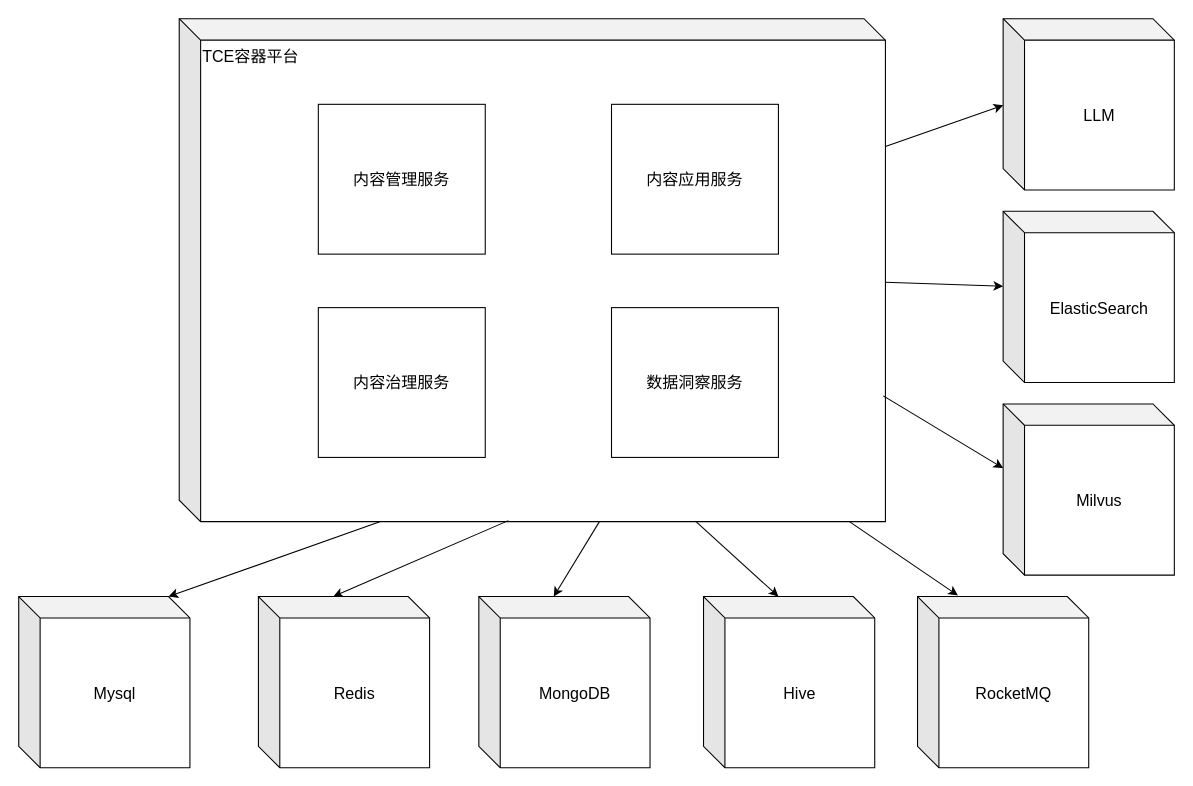
jqq04/nju-thesis-2026 keeps this draw.io diagram as page "物理视图" (11 of 20) of figure/figures.drawio. Above is the earlier version. Source tidied: cells renumbered, new cells numbered last; positions are measured from the earlier drawing's top-left corner, leaving out a move shared by most shapes. Both pictures are drawn from the tidied source at 107%, with x=0, y=0 at pixel (18, 18).
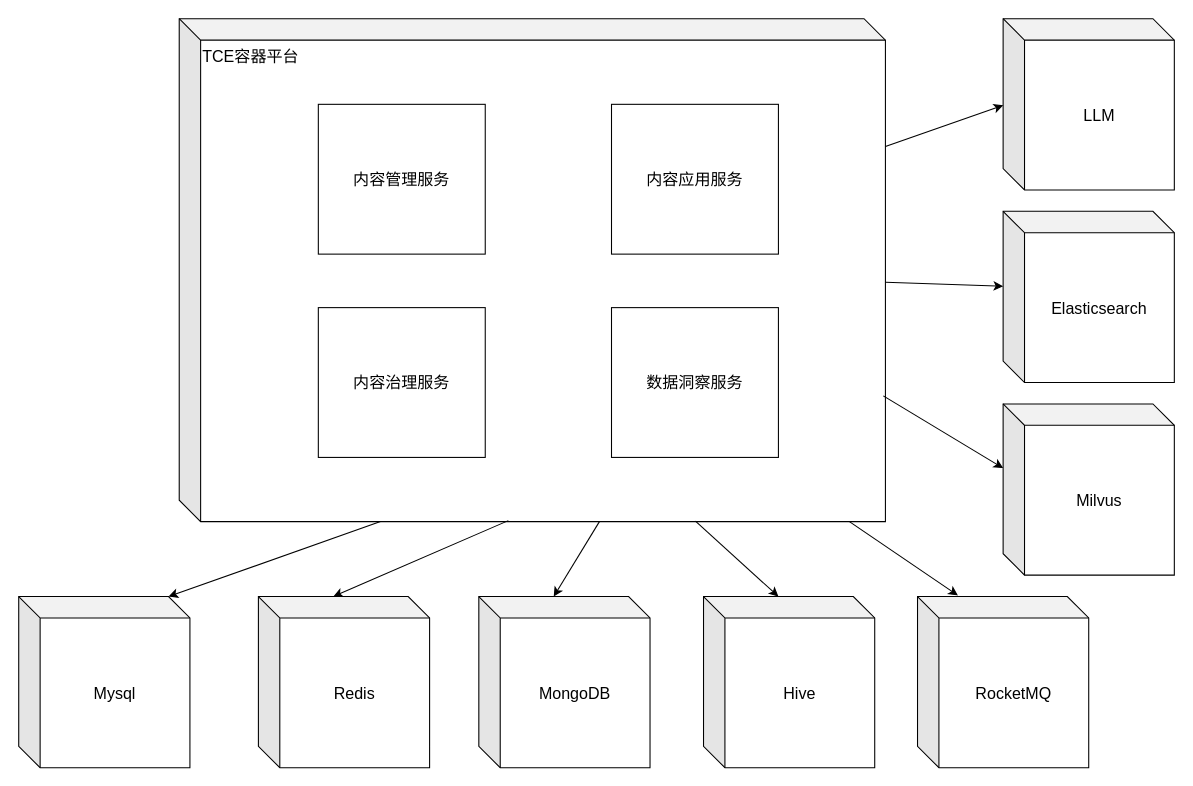
After the change.

Change to the diagram source:
```diff
@@
-    <mxCell id="7" value="&lt;div style=&quot;text-align: center;&quot;&gt;&lt;span style=&quot;text-align: start; background-color: transparent;&quot;&gt;ElasticSearch&lt;/span&gt;&lt;/div&gt;" style="shape=cube;whiteSpace=wrap;html=1;boundedLbl=1;backgroundOutline=1;darkOpacity=0.05;darkOpacity2=0.1;fontSize=15;" parent="1" vertex="1">
+    <mxCell id="7" value="&lt;div style=&quot;text-align: center;&quot;&gt;&lt;span style=&quot;text-align: start; background-color: transparent;&quot;&gt;Elasticsearch&lt;/span&gt;&lt;/div&gt;" style="shape=cube;whiteSpace=wrap;html=1;boundedLbl=1;backgroundOutline=1;darkOpacity=0.05;darkOpacity2=0.1;fontSize=15;" parent="1" vertex="1">
       <mxGeometry x="920" y="180" width="160" height="160" as="geometry" />
     </mxCell>
```
